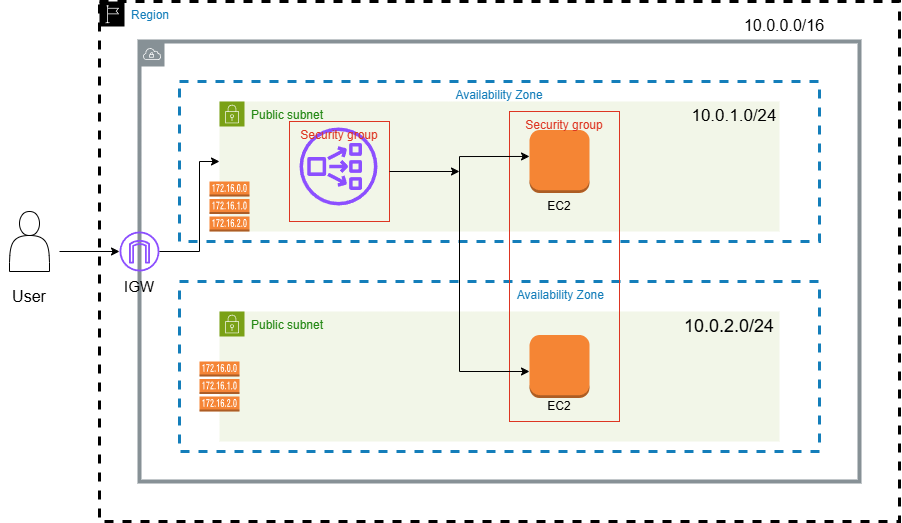
Earlier version of the draw.io export UC3 & UC4.drawio.png (Mohammed878-creator/UC-Architecture). Source tidied: cells renumbered, new cells last; positions are measured from the earlier drawing's top-left corner, leaving out a move shared by most shapes. The source it was exported from:
```xml
<mxGraphModel>
  <root>
    <mxCell id="0" />
    <mxCell id="1" parent="0" />
    <mxCell id="2" value="Region" style="gradientColor=none;html=1;whiteSpace=wrap;fontSize=12;fontStyle=0;shape=mxgraph.aws4.group;grIcon=mxgraph.aws4.group_region;strokeColor=#000000;fillColor=none;verticalAlign=top;align=left;spacingLeft=30;fontColor=#147EBA;dashed=1;strokeWidth=3;" parent="1" vertex="1">
      <mxGeometry x="100" width="800" height="520" as="geometry" />
    </mxCell>
    <mxCell id="3" value="&lt;div&gt;&lt;br/&gt;&lt;/div&gt;" style="sketch=0;gradientColor=none;html=1;whiteSpace=wrap;fontSize=12;fontStyle=0;shape=mxgraph.aws4.group;grIcon=mxgraph.aws4.group_vpc;strokeColor=#879196;fillColor=none;verticalAlign=top;align=left;spacingLeft=30;fontColor=#879196;dashed=0;strokeWidth=4;" parent="2" vertex="1">
      <mxGeometry x="40" y="40" width="720" height="440" as="geometry" />
    </mxCell>
    <mxCell id="4" style="sketch=0;outlineConnect=0;fontColor=#232F3E;gradientColor=none;fillColor=#8C4FFF;strokeColor=none;dashed=0;verticalLabelPosition=bottom;verticalAlign=top;align=center;html=1;fontSize=12;fontStyle=0;shape=mxgraph.aws4.internet_gateway;" parent="2" vertex="1">
      <mxGeometry x="20" y="230" width="40" height="40" as="geometry" />
    </mxCell>
    <mxCell id="5" style="endArrow=classic;html=1;rounded=0;" parent="2" edge="1" source="4">
      <mxGeometry relative="1" as="geometry">
        <mxPoint x="120" y="160" as="targetPoint" />
        <Array as="points">
          <mxPoint x="100" y="250" />
          <mxPoint x="100" y="160" />
        </Array>
      </mxGeometry>
    </mxCell>
    <mxCell id="6" value="&lt;div style=&quot;line-height: 230%;&quot;&gt;&lt;font style=&quot;font-size: 16px;&quot;&gt;10.0.0.0/16&lt;/font&gt;&lt;/div&gt;" style="text;html=1;align=center;verticalAlign=middle;whiteSpace=wrap;rounded=0;strokeWidth=4;" parent="2" vertex="1">
      <mxGeometry x="630" y="10" width="110" height="30" as="geometry" />
    </mxCell>
    <mxCell id="7" value="&lt;font style=&quot;font-size: 15px;&quot;&gt;IGW&lt;/font&gt;" style="text;html=1;align=center;verticalAlign=middle;whiteSpace=wrap;rounded=0;" parent="2" vertex="1">
      <mxGeometry x="10" y="270" width="60" height="30" as="geometry" />
    </mxCell>
    <mxCell id="8" value="Availability Zone" style="fillColor=none;strokeColor=#147EBA;dashed=1;verticalAlign=top;fontStyle=0;fontColor=#147EBA;whiteSpace=wrap;html=1;strokeWidth=3;" parent="1" vertex="1">
      <mxGeometry x="180" y="80" width="640" height="160" as="geometry" />
    </mxCell>
    <mxCell id="9" value="&amp;nbsp; &amp;nbsp; &amp;nbsp; &amp;nbsp; &amp;nbsp; &amp;nbsp; &amp;nbsp; &amp;nbsp; &amp;nbsp; &amp;nbsp; &amp;nbsp; &amp;nbsp; &amp;nbsp; &amp;nbsp; &amp;nbsp; &amp;nbsp; &amp;nbsp; &amp;nbsp; &amp;nbsp;Availability Zone" style="fillColor=none;strokeColor=#147EBA;dashed=1;verticalAlign=top;fontStyle=0;fontColor=#147EBA;whiteSpace=wrap;html=1;strokeWidth=3;" parent="1" vertex="1">
      <mxGeometry x="180" y="280" width="640" height="170" as="geometry" />
    </mxCell>
    <mxCell id="10" value="Public subnet" style="gradientColor=none;html=1;whiteSpace=wrap;fontSize=12;fontStyle=0;shape=mxgraph.aws4.group;grIcon=mxgraph.aws4.group_security_group;grStroke=0;strokeColor=#7AA116;fillColor=#F2F6E8;verticalAlign=top;align=left;spacingLeft=30;fontColor=#248814;dashed=0;" parent="1" vertex="1">
      <mxGeometry x="220" y="100" width="560" height="130" as="geometry" />
    </mxCell>
    <mxCell id="11" style="dashed=0;verticalLabelPosition=bottom;verticalAlign=top;align=center;html=1;shape=mxgraph.aws3.instance;fillColor=#F58534;gradientColor=none;" parent="10" vertex="1">
      <mxGeometry x="310" y="28.5" width="60" height="63" as="geometry" />
    </mxCell>
    <mxCell id="12" value="Public subnet" style="gradientColor=none;html=1;whiteSpace=wrap;fontSize=12;fontStyle=0;shape=mxgraph.aws4.group;grIcon=mxgraph.aws4.group_security_group;grStroke=0;strokeColor=#7AA116;fillColor=#F2F6E8;verticalAlign=top;align=left;spacingLeft=30;fontColor=#248814;dashed=0;" parent="1" vertex="1">
      <mxGeometry x="220" y="310" width="560" height="130" as="geometry" />
    </mxCell>
    <mxCell id="13" style="dashed=0;verticalLabelPosition=bottom;verticalAlign=top;align=center;html=1;shape=mxgraph.aws3.instance;fillColor=#F58534;gradientColor=none;" parent="12" vertex="1">
      <mxGeometry x="310" y="23.5" width="60" height="63" as="geometry" />
    </mxCell>
    <mxCell id="14" style="sketch=0;fontColor=#232F3E;gradientColor=none;fillColor=#8C4FFF;strokeColor=none;dashed=0;verticalLabelPosition=bottom;verticalAlign=top;align=center;html=1;fontSize=12;fontStyle=0;shape=mxgraph.aws4.network_load_balancer;" parent="1" vertex="1">
      <mxGeometry x="300" y="126" width="78" height="78" as="geometry" />
    </mxCell>
    <mxCell id="15" value="Security group" style="fillColor=none;strokeColor=#DD3522;verticalAlign=top;fontStyle=0;fontColor=#DD3522;whiteSpace=wrap;html=1;" parent="1" vertex="1">
      <mxGeometry x="290" y="120" width="100" height="100" as="geometry" />
    </mxCell>
    <mxCell id="16" value="Security group" style="fillColor=none;strokeColor=#DD3522;verticalAlign=top;fontStyle=0;fontColor=#DD3522;whiteSpace=wrap;html=1;" parent="1" vertex="1">
      <mxGeometry x="510" y="110" width="110" height="310" as="geometry" />
    </mxCell>
    <mxCell id="17" style="endArrow=classic;html=1;rounded=0;" parent="1" edge="1" source="8">
      <mxGeometry relative="1" as="geometry">
        <mxPoint x="500" y="240" as="targetPoint" />
      </mxGeometry>
    </mxCell>
    <mxCell id="18" style="endArrow=classic;html=1;rounded=0;" parent="1" edge="1" source="8">
      <mxGeometry relative="1" as="geometry">
        <mxPoint x="500" y="240" as="targetPoint" />
      </mxGeometry>
    </mxCell>
    <mxCell id="19" style="endArrow=classic;startArrow=classic;html=1;rounded=0;entryX=0.182;entryY=0.161;entryDx=0;entryDy=0;entryPerimeter=0;" parent="1" edge="1">
      <mxGeometry relative="1" as="geometry">
        <mxPoint x="530" y="370" as="sourcePoint" />
        <mxPoint x="530" y="154.9" as="targetPoint" />
        <Array as="points">
          <mxPoint x="460" y="370" />
          <mxPoint x="460" y="155" />
        </Array>
      </mxGeometry>
    </mxCell>
    <mxCell id="20" style="endArrow=classic;html=1;rounded=0;exitX=1;exitY=0.5;exitDx=0;exitDy=0;" parent="1" edge="1" source="15">
      <mxGeometry relative="1" as="geometry">
        <mxPoint x="460" y="170" as="targetPoint" />
      </mxGeometry>
    </mxCell>
    <mxCell id="21" style="dashed=0;verticalLabelPosition=bottom;verticalAlign=top;align=center;html=1;shape=mxgraph.aws3.route_table;fillColor=#F58536;gradientColor=none;" parent="1" vertex="1">
      <mxGeometry x="210" y="180" width="40" height="50" as="geometry" />
    </mxCell>
    <mxCell id="22" style="dashed=0;verticalLabelPosition=bottom;verticalAlign=top;align=center;html=1;shape=mxgraph.aws3.route_table;fillColor=#F58536;gradientColor=none;" parent="1" vertex="1">
      <mxGeometry x="200" y="360" width="40" height="50" as="geometry" />
    </mxCell>
    <mxCell id="23" value="EC2" style="text;html=1;align=center;verticalAlign=middle;whiteSpace=wrap;rounded=0;" parent="1" vertex="1">
      <mxGeometry x="530" y="190" width="60" height="30" as="geometry" />
    </mxCell>
    <mxCell id="24" value="EC2" style="text;html=1;align=center;verticalAlign=middle;whiteSpace=wrap;rounded=0;" parent="1" vertex="1">
      <mxGeometry x="530" y="390" width="60" height="30" as="geometry" />
    </mxCell>
    <mxCell id="25" value="&lt;font style=&quot;font-size: 17px;&quot;&gt;10.0.1.0/24&lt;/font&gt;" style="text;html=1;align=center;verticalAlign=middle;whiteSpace=wrap;rounded=0;" parent="1" vertex="1">
      <mxGeometry x="690" y="100" width="90" height="30" as="geometry" />
    </mxCell>
    <mxCell id="26" value="&lt;font style=&quot;font-size: 18px;&quot;&gt;10.0.2.0/24&lt;/font&gt;" style="text;html=1;align=center;verticalAlign=middle;whiteSpace=wrap;rounded=0;" parent="1" vertex="1">
      <mxGeometry x="700" y="310" width="60" height="30" as="geometry" />
    </mxCell>
    <mxCell id="27" style="endArrow=classic;html=1;rounded=0;" parent="1" edge="1" target="4">
      <mxGeometry relative="1" as="geometry">
        <mxPoint x="60" y="250" as="sourcePoint" />
      </mxGeometry>
    </mxCell>
    <mxCell id="28" style="shape=actor;whiteSpace=wrap;html=1;" parent="1" vertex="1">
      <mxGeometry x="10" y="210" width="40" height="60" as="geometry" />
    </mxCell>
    <mxCell id="29" value="&lt;font style=&quot;font-size: 16px;&quot;&gt;User&lt;/font&gt;" style="text;html=1;align=center;verticalAlign=middle;whiteSpace=wrap;rounded=0;" parent="1" vertex="1">
      <mxGeometry y="280" width="60" height="30" as="geometry" />
    </mxCell>
  </root>
</mxGraphModel>
```
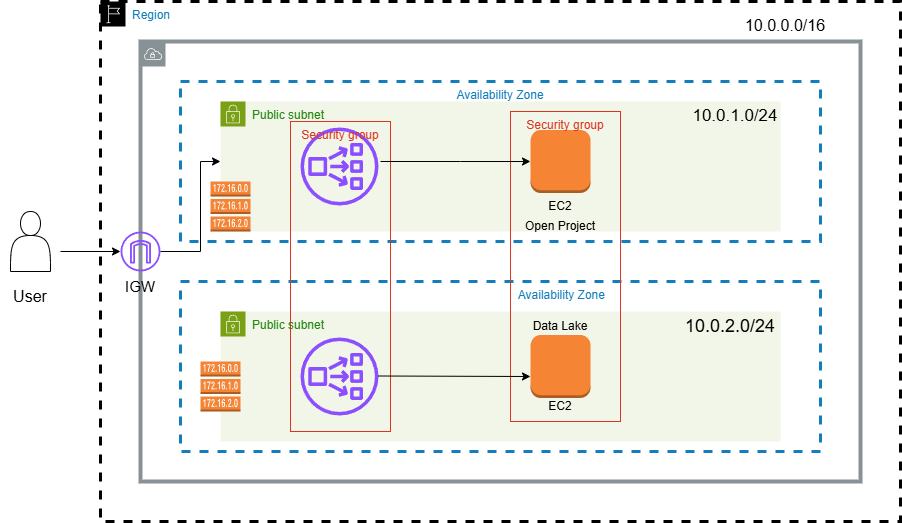
The same file after the commit.

Diff of the diagram source:
```diff
@@ -44,11 +44,14 @@
     <mxCell id="13" style="dashed=0;verticalLabelPosition=bottom;verticalAlign=top;align=center;html=1;shape=mxgraph.aws3.instance;fillColor=#F58534;gradientColor=none;" parent="12" vertex="1">
       <mxGeometry x="310" y="23.5" width="60" height="63" as="geometry" />
     </mxCell>
+    <mxCell id="30" style="sketch=0;fontColor=#232F3E;gradientColor=none;fillColor=#8C4FFF;strokeColor=none;dashed=0;verticalLabelPosition=bottom;verticalAlign=top;align=center;html=1;fontSize=12;fontStyle=0;shape=mxgraph.aws4.network_load_balancer;" parent="12" vertex="1">
+      <mxGeometry x="80" y="26" width="78" height="78" as="geometry" />
+    </mxCell>
     <mxCell id="14" style="sketch=0;fontColor=#232F3E;gradientColor=none;fillColor=#8C4FFF;strokeColor=none;dashed=0;verticalLabelPosition=bottom;verticalAlign=top;align=center;html=1;fontSize=12;fontStyle=0;shape=mxgraph.aws4.network_load_balancer;" parent="1" vertex="1">
       <mxGeometry x="300" y="126" width="78" height="78" as="geometry" />
     </mxCell>
     <mxCell id="15" value="Security group" style="fillColor=none;strokeColor=#DD3522;verticalAlign=top;fontStyle=0;fontColor=#DD3522;whiteSpace=wrap;html=1;" parent="1" vertex="1">
-      <mxGeometry x="290" y="120" width="100" height="100" as="geometry" />
+      <mxGeometry x="290" y="120" width="100" height="310" as="geometry" />
     </mxCell>
     <mxCell id="16" value="Security group" style="fillColor=none;strokeColor=#DD3522;verticalAlign=top;fontStyle=0;fontColor=#DD3522;whiteSpace=wrap;html=1;" parent="1" vertex="1">
       <mxGeometry x="510" y="110" width="110" height="310" as="geometry" />
@@ -63,19 +66,12 @@
         <mxPoint x="500" y="240" as="targetPoint" />
       </mxGeometry>
     </mxCell>
-    <mxCell id="19" style="endArrow=classic;startArrow=classic;html=1;rounded=0;entryX=0.182;entryY=0.161;entryDx=0;entryDy=0;entryPerimeter=0;" parent="1" edge="1">
-      <mxGeometry relative="1" as="geometry">
-        <mxPoint x="530" y="370" as="sourcePoint" />
-        <mxPoint x="530" y="154.9" as="targetPoint" />
-        <Array as="points">
-          <mxPoint x="460" y="370" />
-          <mxPoint x="460" y="155" />
-        </Array>
-      </mxGeometry>
-    </mxCell>
-    <mxCell id="20" style="endArrow=classic;html=1;rounded=0;exitX=1;exitY=0.5;exitDx=0;exitDy=0;" parent="1" edge="1" source="15">
+    <mxCell id="20" style="endArrow=classic;html=1;rounded=0;exitX=0.9;exitY=0.129;exitDx=0;exitDy=0;exitPerimeter=0;" parent="1" edge="1" source="15">
       <mxGeometry relative="1" as="geometry">
-        <mxPoint x="460" y="170" as="targetPoint" />
+        <mxPoint x="530" y="160" as="targetPoint" />
+        <Array as="points">
+          <mxPoint x="460" y="160" />
+        </Array>
       </mxGeometry>
     </mxCell>
     <mxCell id="21" style="dashed=0;verticalLabelPosition=bottom;verticalAlign=top;align=center;html=1;shape=mxgraph.aws3.route_table;fillColor=#F58536;gradientColor=none;" parent="1" vertex="1">
@@ -107,5 +103,17 @@
     <mxCell id="29" value="&lt;font style=&quot;font-size: 16px;&quot;&gt;User&lt;/font&gt;" style="text;html=1;align=center;verticalAlign=middle;whiteSpace=wrap;rounded=0;" parent="1" vertex="1">
       <mxGeometry y="280" width="60" height="30" as="geometry" />
     </mxCell>
+    <mxCell id="31" style="endArrow=classic;html=1;rounded=0;" parent="1" edge="1">
+      <mxGeometry relative="1" as="geometry">
+        <mxPoint x="378" y="374.5" as="sourcePoint" />
+        <mxPoint x="530" y="375" as="targetPoint" />
+      </mxGeometry>
+    </mxCell>
+    <mxCell id="32" value="Open Project" style="text;html=1;align=center;verticalAlign=middle;whiteSpace=wrap;rounded=0;" parent="1" vertex="1">
+      <mxGeometry x="510" y="210" width="100" height="30" as="geometry" />
+    </mxCell>
+    <mxCell id="33" value="Data Lake" style="text;html=1;align=center;verticalAlign=middle;whiteSpace=wrap;rounded=0;" parent="1" vertex="1">
+      <mxGeometry x="510" y="310" width="100" height="30" as="geometry" />
+    </mxCell>
   </root>
 </mxGraphModel>
```
